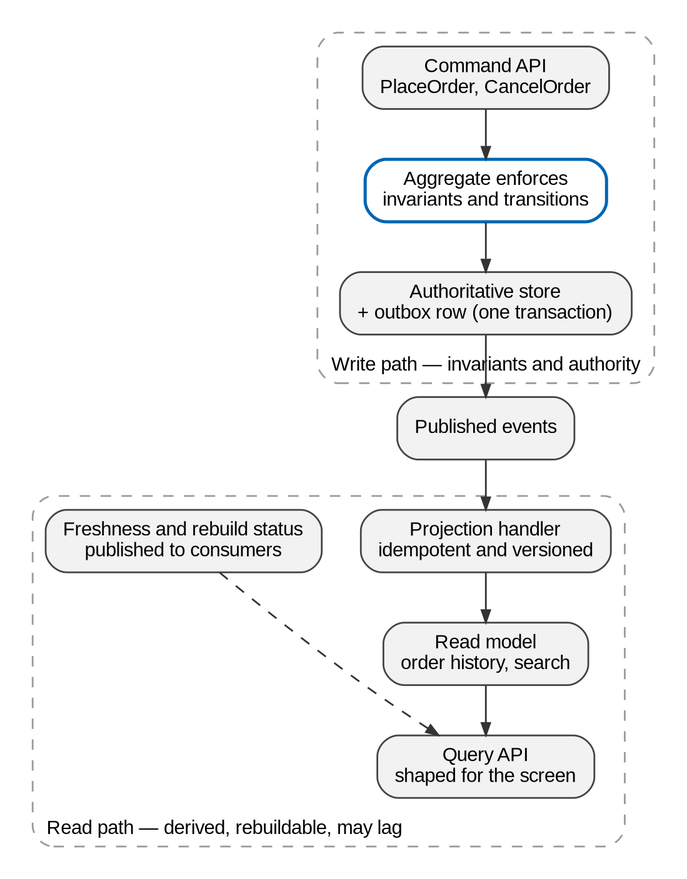
This is assets/diagrams/rendered/ch07-cqrs.png from cesarcastrocuba/handbook-solutions-architecture, a Graphviz export, as it was before one commit. Its source is kept beside it as assets/diagrams/src/ch07-cqrs.dot. Its diagram source:
```dot
digraph G {

 rankdir=TB;
 subgraph cluster_write { label="Write path — invariants and authority"; labeljust="l"; labelloc="b";
  cmd [label="Command API\nPlaceOrder, CancelOrder"];
  agg [class="focal", label="Aggregate enforces\ninvariants and transitions"];
  st [label="Authoritative store\n+ outbox row (one transaction)"];
  cmd->agg->st;
 }
 ev [label="Published events"];
 subgraph cluster_read { label="Read path — derived, rebuildable, may lag"; labeljust="l"; labelloc="b";
  proj [label="Projection handler\nidempotent and versioned"];
  rm [label="Read model\norder history, search"];
  fresh [label="Freshness and rebuild status\npublished to consumers"];
  qry [label="Query API\nshaped for the screen"];
  proj->rm->qry;
  fresh->qry [style=dashed, constraint=false];
 }
 st->ev; ev->proj;
}
```
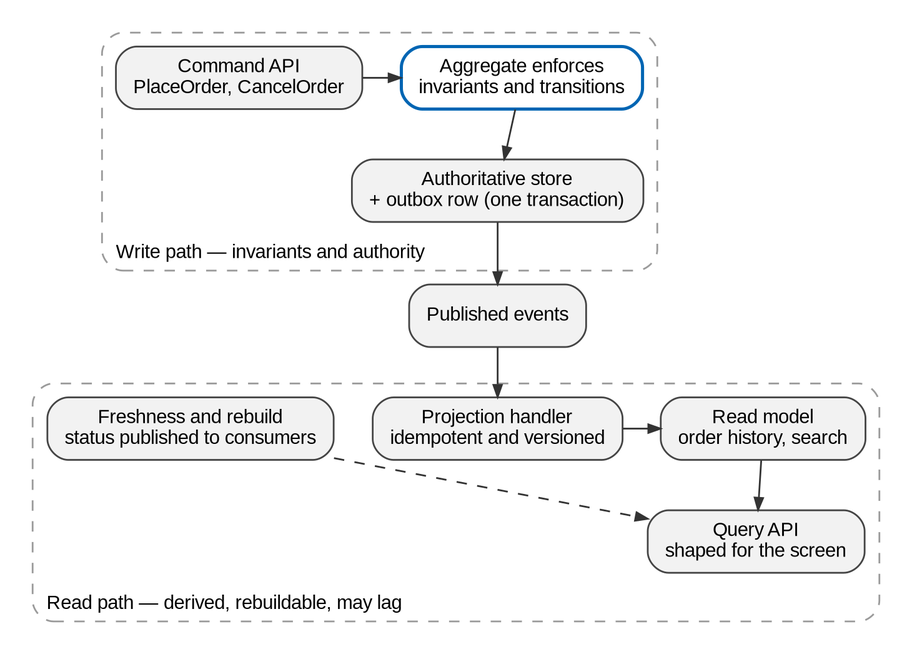
The same diagram one commit later.

The edit, as a diff of the source:
```diff
@@ -6,15 +6,17 @@
   agg [class="focal", label="Aggregate enforces\ninvariants and transitions"];
   st [label="Authoritative store\n+ outbox row (one transaction)"];
   cmd->agg->st;
+  {rank=same; cmd; agg}
  }
  ev [label="Published events"];
  subgraph cluster_read { label="Read path — derived, rebuildable, may lag"; labeljust="l"; labelloc="b";
   proj [label="Projection handler\nidempotent and versioned"];
   rm [label="Read model\norder history, search"];
-  fresh [label="Freshness and rebuild status\npublished to consumers"];
+  fresh [label="Freshness and rebuild\nstatus published to consumers"];
   qry [label="Query API\nshaped for the screen"];
   proj->rm->qry;
   fresh->qry [style=dashed, constraint=false];
+  {rank=same; proj; rm}
  }
  st->ev; ev->proj;
 }
```
